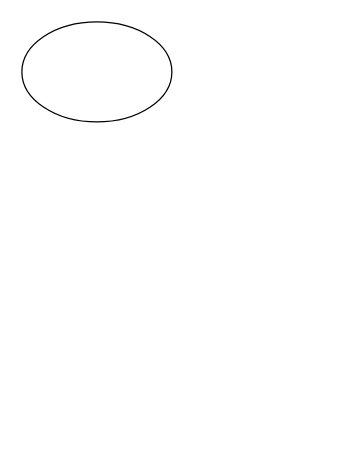
The draw.io diagram Diagrama do projeto.drawio in Wsanbey/Logica_de_programacao_do_senae, before the edit. Source tidied: cells renumbered, new cells numbered last; positions are measured from the earlier drawing's top-left corner, leaving out a move shared by most shapes. Both pictures are drawn from the tidied source at 125%, with x=0, y=0 at pixel (21, 21).
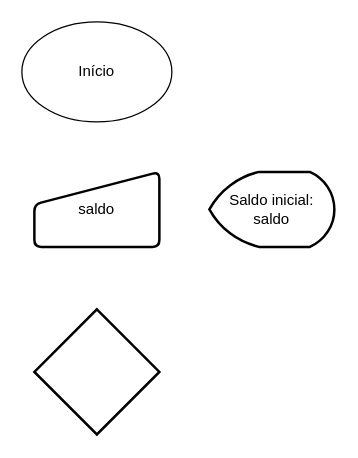
The same page after the edit.

The edit, as a diff of the source:
```diff
@@
 <mxGraphModel>
   <root>
     <mxCell id="0" />
     <mxCell id="1" parent="0" />
-    <mxCell id="2" style="ellipse;whiteSpace=wrap;html=1;" parent="1" vertex="1">
+    <mxCell id="2" value="Início" style="ellipse;whiteSpace=wrap;html=1;" parent="1" vertex="1">
       <mxGeometry width="120" height="80" as="geometry" />
     </mxCell>
+    <mxCell id="3" value="saldo" style="html=1;strokeWidth=2;shape=manualInput;whiteSpace=wrap;rounded=1;size=26;arcSize=11;" parent="1" vertex="1">
+      <mxGeometry x="10" y="120" width="100" height="60" as="geometry" />
+    </mxCell>
+    <mxCell id="4" style="strokeWidth=2;html=1;shape=mxgraph.flowchart.decision;whiteSpace=wrap;" parent="1" vertex="1">
+      <mxGeometry x="10" y="230" width="100" height="100" as="geometry" />
+    </mxCell>
+    <mxCell id="5" value="Saldo inicial: saldo" style="strokeWidth=2;html=1;shape=mxgraph.flowchart.display;whiteSpace=wrap;" parent="1" vertex="1">
+      <mxGeometry x="150" y="120" width="100" height="60" as="geometry" />
+    </mxCell>
   </root>
 </mxGraphModel>
```
